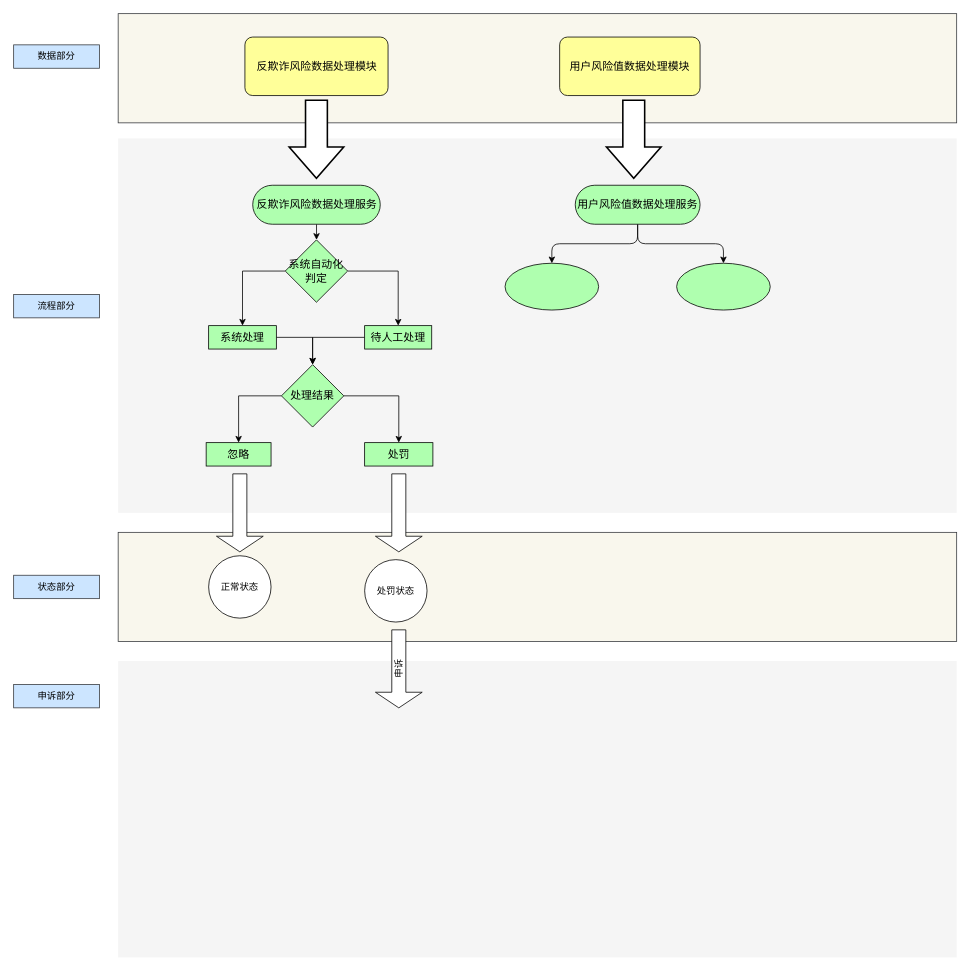
Earlier version of the draw.io diagram app.diagrams.net/Untitled Diagram.drawio (startarhwa/hello-world). Source tidied: cells renumbered, new cells numbered last; positions are measured from the earlier drawing's top-left corner, leaving out a move shared by most shapes. Both pictures are drawn from the tidied source at 78%, with x=0, y=0 at pixel (13, 13).
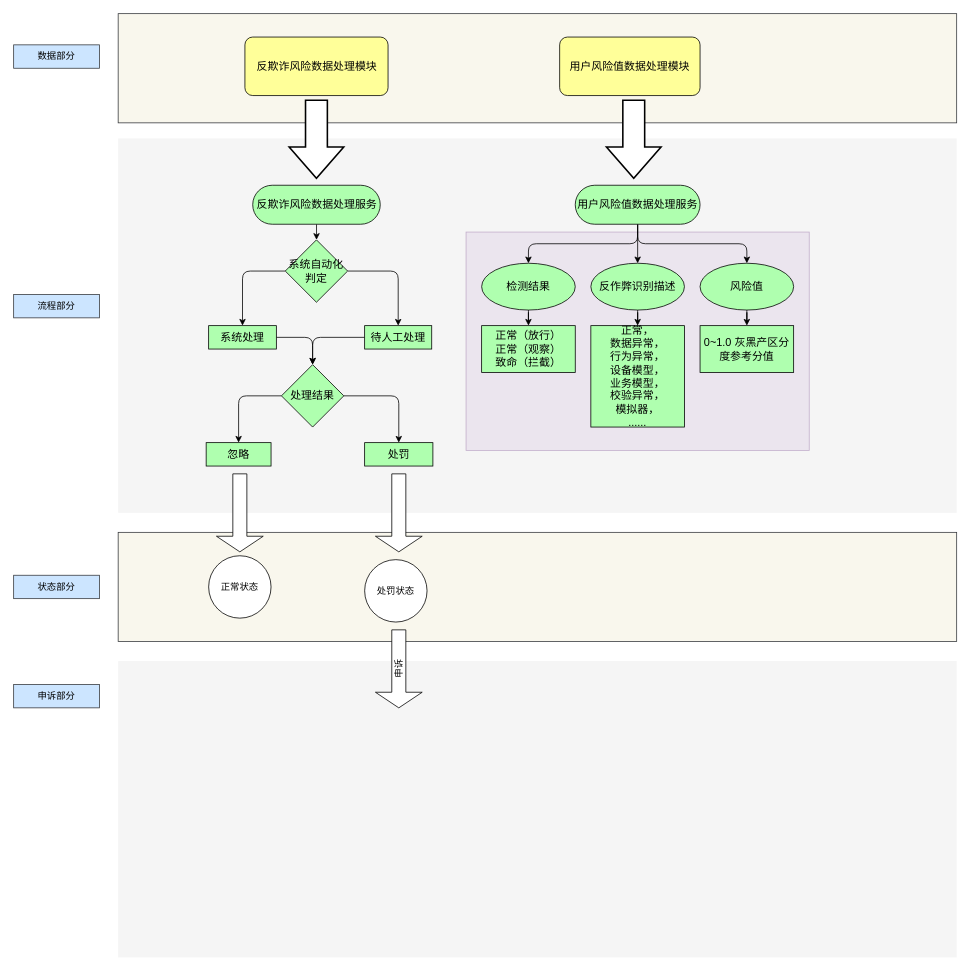
The same page after the edit.

The change refers to these unchanged cells:
```xml
<mxCell id="8" value="用户风险值数据处理服务" style="html=1;whiteSpace=wrap;fillColor=#AFFFAF;shape=mxgraph.archimate3.service;fontSize=14;" parent="1" vertex="1">
  <mxGeometry x="720" y="220" width="160" height="50" as="geometry" />
</mxCell>
<mxCell id="15" value="系统处理" style="whiteSpace=wrap;html=1;fontSize=14;fillColor=#AFFFAF;strokeColor=rgb(0, 0, 0);fontColor=rgb(0, 0, 0);" parent="1" vertex="1">
  <mxGeometry x="250" y="400" width="86.8" height="30" as="geometry" />
</mxCell>
<mxCell id="17" value="待人工处理" style="whiteSpace=wrap;html=1;fontSize=14;fillColor=#AFFFAF;strokeColor=rgb(0, 0, 0);fontColor=rgb(0, 0, 0);" parent="1" vertex="1">
  <mxGeometry x="450" y="400" width="86" height="30" as="geometry" />
</mxCell>
<mxCell id="18" value="忽略" style="whiteSpace=wrap;html=1;fontSize=14;fillColor=#AFFFAF;strokeColor=rgb(0, 0, 0);fontColor=rgb(0, 0, 0);" parent="1" vertex="1">
  <mxGeometry x="246.8" y="550" width="83.2" height="30" as="geometry" />
</mxCell>
<mxCell id="19" value="处罚" style="whiteSpace=wrap;html=1;fontSize=14;fillColor=#AFFFAF;strokeColor=rgb(0, 0, 0);fontColor=rgb(0, 0, 0);" parent="1" vertex="1">
  <mxGeometry x="450" y="550" width="87.5" height="30" as="geometry" />
</mxCell>
<mxCell id="22" value="系统自动化&lt;br&gt;判定" style="rhombus;whiteSpace=wrap;html=1;fontSize=14;fillColor=#AFFFAF;strokeColor=rgb(0, 0, 0);fontColor=rgb(0, 0, 0);" parent="1" vertex="1">
  <mxGeometry x="348.2" y="290" width="80" height="80" as="geometry" />
</mxCell>
<mxCell id="25" value="处理结果" style="rhombus;whiteSpace=wrap;html=1;fontSize=14;fillColor=#AFFFAF;strokeColor=rgb(0, 0, 0);fontColor=rgb(0, 0, 0);" parent="1" vertex="1">
  <mxGeometry x="343.3" y="450" width="80" height="80" as="geometry" />
</mxCell>
```

The edit, as a diff of the source:
```diff
@@
+    <mxCell id="38" style="rounded=0;whiteSpace=wrap;html=1;fillColor=#e1d5e7;strokeColor=#9673a6;opacity=50;" parent="1" vertex="1">
+      <mxGeometry x="580" y="280" width="440" height="280" as="geometry" />
+    </mxCell>
@@
+    <mxCell id="39" style="edgeStyle=orthogonalEdgeStyle;rounded=1;jettySize=auto;html=1;labelBackgroundColor=default;" parent="1" edge="1" source="8" target="43">
+      <mxGeometry relative="1" as="geometry" />
+    </mxCell>
@@
-    <mxCell id="14" style="edgeStyle=orthogonalEdgeStyle;rounded=0;jettySize=auto;html=1;" parent="1" edge="1" source="15" target="25">
+    <mxCell id="14" style="edgeStyle=orthogonalEdgeStyle;jettySize=auto;html=1;rounded=1;" parent="1" edge="1" source="15" target="25">
       <mxGeometry relative="1" as="geometry" />
     </mxCell>
@@
-    <mxCell id="16" style="edgeStyle=orthogonalEdgeStyle;rounded=0;jettySize=auto;html=1;entryX=0.5;entryY=0;entryDx=0;entryDy=0;" parent="1" edge="1" source="17" target="25">
+    <mxCell id="16" style="edgeStyle=orthogonalEdgeStyle;rounded=1;jettySize=auto;html=1;entryX=0.5;entryY=0;entryDx=0;entryDy=0;" parent="1" edge="1" source="17" target="25">
       <mxGeometry relative="1" as="geometry" />
     </mxCell>
@@
-    <mxCell id="20" style="edgeStyle=orthogonalEdgeStyle;rounded=0;jettySize=auto;html=1;" parent="1" edge="1" source="22" target="15">
+    <mxCell id="20" style="edgeStyle=orthogonalEdgeStyle;rounded=1;jettySize=auto;html=1;" parent="1" edge="1" source="22" target="15">
       <mxGeometry relative="1" as="geometry" />
     </mxCell>
-    <mxCell id="21" style="edgeStyle=orthogonalEdgeStyle;rounded=0;jettySize=auto;html=1;entryX=0.5;entryY=0;entryDx=0;entryDy=0;" parent="1" edge="1" source="22" target="17">
+    <mxCell id="21" style="edgeStyle=orthogonalEdgeStyle;rounded=1;jettySize=auto;html=1;entryX=0.5;entryY=0;entryDx=0;entryDy=0;" parent="1" edge="1" source="22" target="17">
       <mxGeometry relative="1" as="geometry" />
     </mxCell>
@@
-    <mxCell id="23" style="edgeStyle=orthogonalEdgeStyle;rounded=0;jettySize=auto;html=1;" parent="1" edge="1" source="25" target="18">
+    <mxCell id="23" style="edgeStyle=orthogonalEdgeStyle;rounded=1;jettySize=auto;html=1;" parent="1" edge="1" source="25" target="18">
       <mxGeometry relative="1" as="geometry" />
     </mxCell>
-    <mxCell id="24" style="edgeStyle=orthogonalEdgeStyle;rounded=0;jettySize=auto;html=1;entryX=0.5;entryY=0;entryDx=0;entryDy=0;" parent="1" edge="1" source="25" target="19">
+    <mxCell id="24" style="edgeStyle=orthogonalEdgeStyle;rounded=1;jettySize=auto;html=1;entryX=0.5;entryY=0;entryDx=0;entryDy=0;" parent="1" edge="1" source="25" target="19">
       <mxGeometry relative="1" as="geometry" />
     </mxCell>
@@
+    <mxCell id="40" style="edgeStyle=orthogonalEdgeStyle;rounded=1;jettySize=auto;html=1;labelBackgroundColor=default;" parent="1" edge="1" source="36" target="45">
+      <mxGeometry relative="1" as="geometry" />
+    </mxCell>
-    <mxCell id="36" style="ellipse;whiteSpace=wrap;html=1;fontSize=14;fillColor=#AFFFAF;strokeColor=rgb(0, 0, 0);fontColor=rgb(0, 0, 0);" parent="1" vertex="1">
-      <mxGeometry x="630" y="320" width="120" height="60" as="geometry" />
+    <mxCell id="36" value="检测结果" style="ellipse;whiteSpace=wrap;html=1;fontSize=14;fillColor=#AFFFAF;strokeColor=rgb(0, 0, 0);fontColor=rgb(0, 0, 0);" parent="1" vertex="1">
+      <mxGeometry x="600" y="320" width="120" height="60" as="geometry" />
     </mxCell>
+    <mxCell id="41" style="edgeStyle=orthogonalEdgeStyle;rounded=1;jettySize=auto;html=1;labelBackgroundColor=default;" parent="1" edge="1" source="37" target="46">
+      <mxGeometry relative="1" as="geometry" />
+    </mxCell>
-    <mxCell id="37" style="ellipse;whiteSpace=wrap;html=1;fontSize=14;fillColor=#AFFFAF;strokeColor=rgb(0, 0, 0);fontColor=rgb(0, 0, 0);" parent="1" vertex="1">
-      <mxGeometry x="850" y="320" width="120" height="60" as="geometry" />
+    <mxCell id="37" value="风险值" style="ellipse;whiteSpace=wrap;html=1;fontSize=14;fillColor=#AFFFAF;strokeColor=rgb(0, 0, 0);fontColor=rgb(0, 0, 0);" parent="1" vertex="1">
+      <mxGeometry x="880" y="320" width="120" height="60" as="geometry" />
     </mxCell>
+    <mxCell id="42" style="edgeStyle=orthogonalEdgeStyle;rounded=1;jettySize=auto;html=1;labelBackgroundColor=default;" parent="1" edge="1" source="43" target="44">
+      <mxGeometry relative="1" as="geometry" />
+    </mxCell>
+    <mxCell id="43" value="反作弊识别描述" style="ellipse;whiteSpace=wrap;html=1;fontSize=14;fillColor=#AFFFAF;strokeColor=rgb(0, 0, 0);fontColor=rgb(0, 0, 0);" parent="1" vertex="1">
+      <mxGeometry x="740" y="320" width="120" height="60" as="geometry" />
+    </mxCell>
+    <mxCell id="44" value="&lt;div&gt;正常，&lt;/div&gt;&lt;div&gt;数据异常，&lt;/div&gt;&lt;div&gt;行为异常，&lt;/div&gt;&lt;div&gt;设备模型，&lt;/div&gt;&lt;div&gt;业务模型，&lt;/div&gt;&lt;div&gt;校验异常，&lt;/div&gt;&lt;div&gt;模拟器，&lt;/div&gt;&lt;div&gt;......&lt;/div&gt;" style="whiteSpace=wrap;html=1;fontSize=14;fillColor=#AFFFAF;strokeColor=rgb(0, 0, 0);fontColor=rgb(0, 0, 0);align=center;" parent="1" vertex="1">
+      <mxGeometry x="740" y="400" width="120" height="130" as="geometry" />
+    </mxCell>
+    <mxCell id="45" value="&lt;div&gt;正常（放行）&lt;/div&gt;&lt;div&gt;正常（观察）&lt;/div&gt;&lt;div&gt;致命（拦截）&lt;/div&gt;" style="whiteSpace=wrap;html=1;fontSize=14;fillColor=#AFFFAF;strokeColor=rgb(0, 0, 0);fontColor=rgb(0, 0, 0);" parent="1" vertex="1">
+      <mxGeometry x="600" y="400" width="120" height="60" as="geometry" />
+    </mxCell>
+    <mxCell id="46" value="0~1.0 灰黑产区分度参考分值" style="whiteSpace=wrap;html=1;fontSize=14;fillColor=#AFFFAF;strokeColor=rgb(0, 0, 0);fontColor=rgb(0, 0, 0);" parent="1" vertex="1">
+      <mxGeometry x="880" y="400" width="120" height="60" as="geometry" />
+    </mxCell>
```
